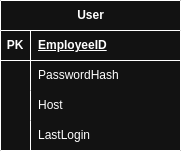
The draw.io diagram seniorProjectDB.drawio.png in alexschexc/2025UTDCSSeniorProject, before a commit. Source tidied: cells renumbered, new cells last; positions are measured from the earlier drawing's top-left corner, leaving out a move shared by most shapes.
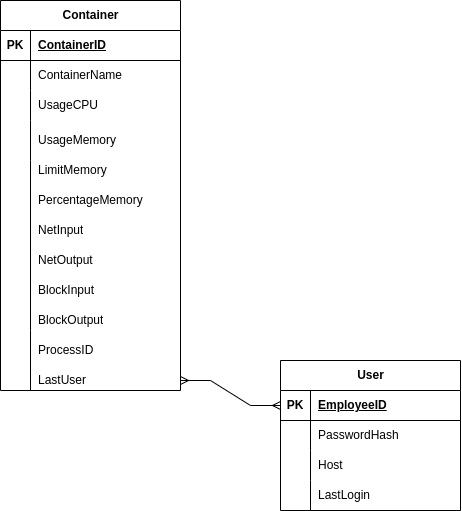
After the change.

The edit, as a diff of the source:
```diff
@@ -41,5 +41,91 @@
     <mxCell id="14" value="LastLogin" style="shape=partialRectangle;fillColor=none;top=0;left=0;bottom=0;right=0;align=left;spacingLeft=6;overflow=hidden;whiteSpace=wrap;html=1;" parent="12" vertex="1">
       <mxGeometry x="30" width="150" height="30" as="geometry" />
     </mxCell>
+    <mxCell id="15" value="Container" style="shape=table;startSize=30;rowLines=0;fontStyle=1;align=center;html=1;swimlaneLine=1;strokeColor=default;" parent="1" vertex="1">
+      <mxGeometry x="-280" y="-360" width="180" height="390" as="geometry" />
+    </mxCell>
+    <mxCell id="16" style="shape=tableRow;horizontal=0;startSize=0;swimlaneHead=0;swimlaneBody=0;fillColor=none;top=0;left=0;right=0;bottom=1;" parent="15" vertex="1">
+      <mxGeometry y="30" width="180" height="30" as="geometry" />
+    </mxCell>
+    <mxCell id="17" value="PK" style="shape=partialRectangle;fillColor=none;top=0;left=0;bottom=0;right=0;fontStyle=1;overflow=hidden;whiteSpace=wrap;html=1;" parent="16" vertex="1">
+      <mxGeometry width="30" height="30" as="geometry" />
+    </mxCell>
+    <mxCell id="18" value="ContainerID" style="shape=partialRectangle;fillColor=none;top=0;left=0;bottom=0;right=0;align=left;spacingLeft=6;fontStyle=5;overflow=hidden;whiteSpace=wrap;html=1;" parent="16" vertex="1">
+      <mxGeometry x="30" width="150" height="30" as="geometry" />
+    </mxCell>
+    <mxCell id="19" style="shape=tableRow;horizontal=0;startSize=0;swimlaneHead=0;swimlaneBody=0;fillColor=none;top=0;left=0;right=0;bottom=0;" parent="15" vertex="1">
+      <mxGeometry y="60" width="180" height="30" as="geometry" />
+    </mxCell>
+    <mxCell id="20" style="shape=partialRectangle;fillColor=none;top=0;left=0;bottom=0;right=0;overflow=hidden;whiteSpace=wrap;html=1;" parent="19" vertex="1">
+      <mxGeometry width="30" height="30" as="geometry" />
+    </mxCell>
+    <mxCell id="21" value="ContainerName" style="shape=partialRectangle;fillColor=none;top=0;left=0;bottom=0;right=0;align=left;spacingLeft=6;overflow=hidden;whiteSpace=wrap;html=1;" parent="19" vertex="1">
+      <mxGeometry x="30" width="150" height="30" as="geometry" />
+    </mxCell>
+    <mxCell id="22" style="shape=tableRow;horizontal=0;startSize=0;swimlaneHead=0;swimlaneBody=0;fillColor=none;top=0;left=0;right=0;bottom=0;" parent="15" vertex="1">
+      <mxGeometry y="90" width="180" height="30" as="geometry" />
+    </mxCell>
+    <mxCell id="23" style="shape=partialRectangle;fillColor=none;top=0;left=0;bottom=0;right=0;overflow=hidden;whiteSpace=wrap;html=1;" parent="22" vertex="1">
+      <mxGeometry width="30" height="30" as="geometry" />
+    </mxCell>
+    <mxCell id="24" value="UsageCPU" style="shape=partialRectangle;fillColor=none;top=0;left=0;bottom=0;right=0;align=left;spacingLeft=6;overflow=hidden;whiteSpace=wrap;html=1;" parent="22" vertex="1">
+      <mxGeometry x="30" width="150" height="30" as="geometry" />
+    </mxCell>
+    <mxCell id="25" style="shape=tableRow;horizontal=0;startSize=0;swimlaneHead=0;swimlaneBody=0;fillColor=none;top=0;left=0;right=0;bottom=0;" parent="15" vertex="1">
+      <mxGeometry y="120" width="180" height="40" as="geometry" />
+    </mxCell>
+    <mxCell id="26" style="shape=partialRectangle;fillColor=none;top=0;left=0;bottom=0;right=0;overflow=hidden;whiteSpace=wrap;html=1;" parent="25" vertex="1">
+      <mxGeometry width="30" height="40" as="geometry" />
+    </mxCell>
+    <mxCell id="27" value="UsageMemory" style="shape=partialRectangle;fillColor=none;top=0;left=0;bottom=0;right=0;align=left;spacingLeft=6;overflow=hidden;whiteSpace=wrap;html=1;" parent="25" vertex="1">
+      <mxGeometry x="30" width="150" height="40" as="geometry" />
+    </mxCell>
+    <mxCell id="28" style="shape=tableRow;horizontal=0;startSize=0;swimlaneHead=0;swimlaneBody=0;fillColor=none;top=0;left=0;right=0;bottom=0;" parent="1" vertex="1">
+      <mxGeometry x="-280" y="-210" width="180" height="70" as="geometry" />
+    </mxCell>
+    <mxCell id="29" style="shape=partialRectangle;fillColor=none;top=0;left=0;bottom=0;right=0;overflow=hidden;whiteSpace=wrap;html=1;" parent="28" vertex="1">
+      <mxGeometry width="30" height="40" as="geometry" />
+    </mxCell>
+    <mxCell id="30" value="LastUser" style="shape=partialRectangle;fillColor=none;top=0;left=0;bottom=0;right=0;align=left;spacingLeft=6;overflow=hidden;whiteSpace=wrap;html=1;" parent="1" vertex="1">
+      <mxGeometry x="-250" width="150" height="40" as="geometry" />
+    </mxCell>
+    <mxCell id="31" style="endArrow=none;html=1;rounded=0;" parent="1" edge="1">
+      <mxGeometry relative="1" as="geometry">
+        <mxPoint x="-250" y="-200" as="sourcePoint" />
+        <mxPoint x="-250" y="-30" as="targetPoint" />
+      </mxGeometry>
+    </mxCell>
+    <mxCell id="32" value="LimitMemory" style="shape=partialRectangle;fillColor=none;top=0;left=0;bottom=0;right=0;align=left;spacingLeft=6;overflow=hidden;whiteSpace=wrap;html=1;" parent="1" vertex="1">
+      <mxGeometry x="-250" y="-210" width="150" height="40" as="geometry" />
+    </mxCell>
+    <mxCell id="33" value="PercentageMemory" style="shape=partialRectangle;fillColor=none;top=0;left=0;bottom=0;right=0;align=left;spacingLeft=6;overflow=hidden;whiteSpace=wrap;html=1;" parent="1" vertex="1">
+      <mxGeometry x="-250" y="-180" width="150" height="40" as="geometry" />
+    </mxCell>
+    <mxCell id="34" value="NetInput" style="shape=partialRectangle;fillColor=none;top=0;left=0;bottom=0;right=0;align=left;spacingLeft=6;overflow=hidden;whiteSpace=wrap;html=1;" parent="1" vertex="1">
+      <mxGeometry x="-250" y="-150" width="150" height="40" as="geometry" />
+    </mxCell>
+    <mxCell id="35" value="NetOutput" style="shape=partialRectangle;fillColor=none;top=0;left=0;bottom=0;right=0;align=left;spacingLeft=6;overflow=hidden;whiteSpace=wrap;html=1;" parent="1" vertex="1">
+      <mxGeometry x="-250" y="-120" width="150" height="40" as="geometry" />
+    </mxCell>
+    <mxCell id="36" value="BlockOutput" style="shape=partialRectangle;fillColor=none;top=0;left=0;bottom=0;right=0;align=left;spacingLeft=6;overflow=hidden;whiteSpace=wrap;html=1;" parent="1" vertex="1">
+      <mxGeometry x="-250" y="-60" width="150" height="40" as="geometry" />
+    </mxCell>
+    <mxCell id="37" value="BlockInput" style="shape=partialRectangle;fillColor=none;top=0;left=0;bottom=0;right=0;align=left;spacingLeft=6;overflow=hidden;whiteSpace=wrap;html=1;" parent="1" vertex="1">
+      <mxGeometry x="-250" y="-90" width="150" height="40" as="geometry" />
+    </mxCell>
+    <mxCell id="38" value="ProcessID" style="shape=partialRectangle;fillColor=none;top=0;left=0;bottom=0;right=0;align=left;spacingLeft=6;overflow=hidden;whiteSpace=wrap;html=1;" parent="1" vertex="1">
+      <mxGeometry x="-250" y="-30" width="150" height="40" as="geometry" />
+    </mxCell>
+    <mxCell id="39" style="endArrow=none;html=1;rounded=0;" parent="1" edge="1">
+      <mxGeometry relative="1" as="geometry">
+        <mxPoint x="-250" y="30" as="sourcePoint" />
+        <mxPoint x="-250" y="-30" as="targetPoint" />
+      </mxGeometry>
+    </mxCell>
+    <mxCell id="40" style="edgeStyle=entityRelationEdgeStyle;fontSize=12;html=1;endArrow=ERmany;startArrow=ERmany;rounded=0;entryX=0;entryY=0.5;entryDx=0;entryDy=0;" parent="1" edge="1" target="3">
+      <mxGeometry relative="1" as="geometry">
+        <mxPoint x="-100" y="20" as="sourcePoint" />
+      </mxGeometry>
+    </mxCell>
   </root>
 </mxGraphModel>
```
